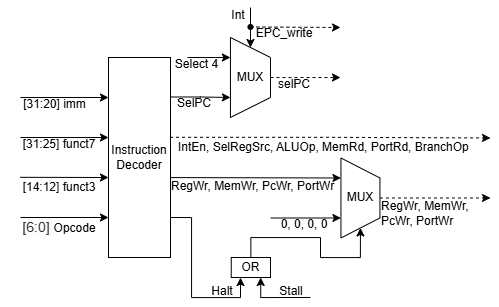
The draw.io diagram ControlUnit.drawio.png in sircuspelle/cached-harvard-risc-assembler, before a commit. Source tidied: cells renumbered, new cells last; positions are measured from the earlier drawing's top-left corner, leaving out a move shared by most shapes.
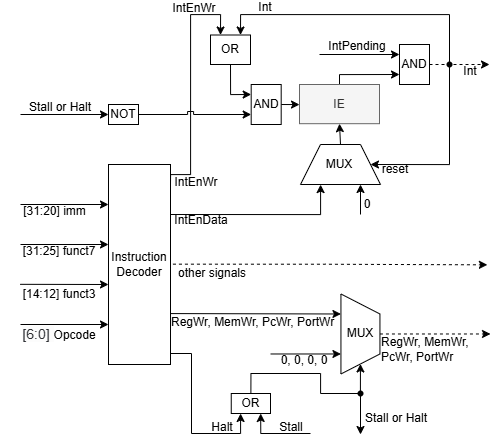
Later version of the same file.

What changed in the source:
```diff
@@ -2,25 +2,26 @@
   <root>
     <mxCell id="0" />
     <mxCell id="1" parent="0" />
-    <mxCell id="2" style="edgeStyle=orthogonalEdgeStyle;rounded=0;jettySize=auto;html=1;exitX=0.993;exitY=0.399;exitDx=0;exitDy=0;dashed=1;exitPerimeter=0;" parent="1" edge="1" source="3">
+    <mxCell id="2" style="edgeStyle=orthogonalEdgeStyle;rounded=0;orthogonalLoop=1;jettySize=auto;html=1;exitX=0.993;exitY=0.399;exitDx=0;exitDy=0;dashed=1;exitPerimeter=0;" parent="1" edge="1">
       <mxGeometry relative="1" as="geometry">
-        <mxPoint x="490" y="130.5" as="targetPoint" />
+        <mxPoint x="166.4" y="120.7" as="sourcePoint" />
+        <mxPoint x="486.9" y="121.3" as="targetPoint" />
         <Array as="points">
-          <mxPoint x="328" y="130" />
+          <mxPoint x="324.9" y="120.9" />
         </Array>
       </mxGeometry>
     </mxCell>
     <mxCell id="3" value="Instruction Decoder" style="rounded=0;whiteSpace=wrap;html=1;" parent="1" vertex="1">
-      <mxGeometry x="108" y="50" width="62" height="200" as="geometry" />
+      <mxGeometry x="108" y="21" width="62" height="200" as="geometry" />
     </mxCell>
     <mxCell id="4" value="[31:25] funct7" style="text;html=1;whiteSpace=wrap;strokeColor=none;fillColor=none;align=center;verticalAlign=middle;rounded=0;" parent="1" vertex="1">
-      <mxGeometry x="10" y="131" width="98" height="12" as="geometry" />
+      <mxGeometry x="10" y="102" width="98" height="12" as="geometry" />
     </mxCell>
     <mxCell id="5" value="&lt;span style=&quot;color: rgb(43, 45, 49); font-size: 14px; text-align: start; background-color: rgb(252, 252, 252);&quot;&gt;&lt;font face=&quot;Helvetica&quot;&gt;[6:0]&amp;nbsp;&lt;/font&gt;&lt;/span&gt;Opcode" style="text;html=1;whiteSpace=wrap;strokeColor=none;fillColor=none;align=center;verticalAlign=middle;rounded=0;" parent="1" vertex="1">
-      <mxGeometry x="29" y="209" width="60" height="21" as="geometry" />
+      <mxGeometry x="29" y="180" width="60" height="21" as="geometry" />
     </mxCell>
     <mxCell id="6" value="[14:12] funct3" style="text;html=1;whiteSpace=wrap;strokeColor=none;fillColor=none;align=center;verticalAlign=middle;rounded=0;" parent="1" vertex="1">
-      <mxGeometry x="10" y="170" width="98" height="20" as="geometry" />
+      <mxGeometry x="10" y="141" width="98" height="20" as="geometry" />
     </mxCell>
     <mxCell id="7" style="edgeStyle=none;jettySize=auto;html=1;rounded=0;exitX=1.034;exitY=0.698;exitDx=0;exitDy=0;exitPerimeter=0;entryX=0.25;entryY=1;entryDx=0;entryDy=0;" parent="1" edge="1" target="11">
       <mxGeometry relative="1" as="geometry">
@@ -49,68 +50,6 @@
     <mxCell id="13" value="Stall" style="text;html=1;whiteSpace=wrap;strokeColor=none;fillColor=none;align=center;verticalAlign=middle;rounded=0;" parent="1" vertex="1">
       <mxGeometry x="275.7" y="279.5" width="29.5" height="9" as="geometry" />
     </mxCell>
-    <mxCell id="14" value="IntEn, SelRegSrc, ALUOp,&amp;nbsp;&lt;span style=&quot;background-color: transparent; color: light-dark(rgb(0, 0, 0), rgb(255, 255, 255));&quot;&gt;MemRd, PortRd, BranchOp&lt;/span&gt;" style="text;html=1;whiteSpace=wrap;strokeColor=none;fillColor=none;align=left;verticalAlign=middle;rounded=0;" parent="1" vertex="1">
-      <mxGeometry x="176" y="131.5" width="320" height="17" as="geometry" />
-    </mxCell>
-    <mxCell id="15" style="edgeStyle=orthogonalEdgeStyle;rounded=0;jettySize=auto;html=1;entryX=0.75;entryY=1;entryDx=0;entryDy=0;" parent="1" edge="1" target="17">
-      <mxGeometry relative="1" as="geometry">
-        <mxPoint x="170" y="89.5" as="sourcePoint" />
-        <Array as="points">
-          <mxPoint x="200" y="90" />
-        </Array>
-      </mxGeometry>
-    </mxCell>
-    <mxCell id="16" style="edgeStyle=orthogonalEdgeStyle;rounded=0;jettySize=auto;html=1;exitX=0.5;exitY=0;exitDx=0;exitDy=0;dashed=1;" parent="1" edge="1" source="17">
-      <mxGeometry relative="1" as="geometry">
-        <mxPoint x="340" y="70" as="targetPoint" />
-        <Array as="points">
-          <mxPoint x="290" y="70" />
-          <mxPoint x="290" y="70" />
-        </Array>
-      </mxGeometry>
-    </mxCell>
-    <mxCell id="17" style="shape=trapezoid;perimeter=trapezoidPerimeter;whiteSpace=wrap;html=1;fixedSize=1;direction=south;" parent="1" vertex="1">
-      <mxGeometry x="229.9" y="30" width="40.1" height="80" as="geometry" />
-    </mxCell>
-    <mxCell id="18" value="SelPC" style="text;html=1;whiteSpace=wrap;strokeColor=none;fillColor=none;align=center;verticalAlign=middle;rounded=0;" parent="1" vertex="1">
-      <mxGeometry x="164.5" y="91.5" width="60" height="9" as="geometry" />
-    </mxCell>
-    <mxCell id="19" style="edgeStyle=none;jettySize=auto;html=1;rounded=0;entryX=0.25;entryY=1;entryDx=0;entryDy=0;" parent="1" edge="1" target="17">
-      <mxGeometry relative="1" as="geometry">
-        <mxPoint x="187" y="50" as="sourcePoint" />
-      </mxGeometry>
-    </mxCell>
-    <mxCell id="20" value="Select 4" style="text;html=1;whiteSpace=wrap;strokeColor=none;fillColor=none;align=center;verticalAlign=middle;rounded=0;" parent="1" vertex="1">
-      <mxGeometry x="168.9" y="51.5" width="55" height="11" as="geometry" />
-    </mxCell>
-    <mxCell id="21" value="selPC" style="text;html=1;whiteSpace=wrap;strokeColor=none;fillColor=none;align=center;verticalAlign=middle;rounded=0;" parent="1" vertex="1">
-      <mxGeometry x="273.9" y="72" width="40" height="11" as="geometry" />
-    </mxCell>
-    <mxCell id="22" style="edgeStyle=none;jettySize=auto;html=1;rounded=0;entryX=0;entryY=0.5;entryDx=0;entryDy=0;" parent="1" edge="1" target="17">
-      <mxGeometry relative="1" as="geometry">
-        <mxPoint x="250" as="sourcePoint" />
-      </mxGeometry>
-    </mxCell>
-    <mxCell id="23" value="Int" style="text;html=1;whiteSpace=wrap;strokeColor=none;fillColor=none;align=center;verticalAlign=middle;rounded=0;" parent="1" vertex="1">
-      <mxGeometry x="225.9" y="0.5" width="24" height="15" as="geometry" />
-    </mxCell>
-    <mxCell id="24" style="edgeStyle=none;jettySize=auto;html=1;rounded=0;dashed=1;exitX=0.5;exitY=0.5;exitDx=0;exitDy=0;exitPerimeter=0;" parent="1" edge="1" source="27">
-      <mxGeometry relative="1" as="geometry">
-        <mxPoint x="340" y="20" as="targetPoint" />
-      </mxGeometry>
-    </mxCell>
-    <mxCell id="25" style="edgeStyle=none;orthogonalLoop=1;jettySize=auto;html=1;rounded=0;" parent="1" edge="1">
-      <mxGeometry relative="1" as="geometry">
-        <mxPoint x="266.9" y="15.5" as="sourcePoint" />
-        <mxPoint x="266.9" y="15.5" as="targetPoint" />
-      </mxGeometry>
-    </mxCell>
-    <mxCell id="26" value="EPC_write" style="text;html=1;whiteSpace=wrap;strokeColor=none;fillColor=none;align=center;verticalAlign=middle;rounded=0;" parent="1" vertex="1">
-      <mxGeometry x="253.9" y="20.5" width="60" height="12" as="geometry" />
-    </mxCell>
-    <mxCell id="27" style="shape=waypoint;sketch=0;size=6;points=[];fillColor=none;perimeter=centerPerimeter;snapToPoint=1;" parent="1" vertex="1">
-      <mxGeometry x="239.9" y="9.5" width="20" height="20" as="geometry" />
-    </mxCell>
     <mxCell id="28" style="edgeStyle=orthogonalEdgeStyle;rounded=0;jettySize=auto;html=1;exitX=0.5;exitY=0;exitDx=0;exitDy=0;entryX=1;entryY=0.5;entryDx=0;entryDy=0;" parent="1" edge="1" source="29" target="11">
       <mxGeometry relative="1" as="geometry">
         <Array as="points">
@@ -140,19 +79,19 @@
     </mxCell>
     <mxCell id="32" style="edgeStyle=none;orthogonalLoop=1;jettySize=auto;html=1;rounded=0;entryX=0;entryY=0.25;entryDx=0;entryDy=0;" parent="1" edge="1">
       <mxGeometry relative="1" as="geometry">
-        <mxPoint x="20" y="130" as="sourcePoint" />
-        <mxPoint x="108" y="130" as="targetPoint" />
+        <mxPoint x="20" y="101" as="sourcePoint" />
+        <mxPoint x="108" y="101" as="targetPoint" />
       </mxGeometry>
     </mxCell>
     <mxCell id="33" style="edgeStyle=none;jettySize=auto;html=1;rounded=0;entryX=0;entryY=0.5;entryDx=0;entryDy=0;exitX=0.099;exitY=-0.009;exitDx=0;exitDy=0;exitPerimeter=0;" parent="1" edge="1" source="6">
       <mxGeometry relative="1" as="geometry">
-        <mxPoint x="108" y="170" as="targetPoint" />
+        <mxPoint x="108" y="141" as="targetPoint" />
       </mxGeometry>
     </mxCell>
     <mxCell id="34" style="edgeStyle=none;orthogonalLoop=1;jettySize=auto;html=1;rounded=0;entryX=0;entryY=0.75;entryDx=0;entryDy=0;" parent="1" edge="1">
       <mxGeometry relative="1" as="geometry">
-        <mxPoint x="20" y="210" as="sourcePoint" />
-        <mxPoint x="108" y="210" as="targetPoint" />
+        <mxPoint x="20" y="181" as="sourcePoint" />
+        <mxPoint x="108" y="181" as="targetPoint" />
       </mxGeometry>
     </mxCell>
     <mxCell id="35" style="edgeStyle=none;jettySize=auto;html=1;rounded=0;entryX=0.75;entryY=1;entryDx=0;entryDy=0;" parent="1" edge="1" target="11">
@@ -165,18 +104,162 @@
     </mxCell>
     <mxCell id="37" style="edgeStyle=none;orthogonalLoop=1;jettySize=auto;html=1;rounded=0;" parent="1" edge="1">
       <mxGeometry relative="1" as="geometry">
-        <mxPoint x="20" y="90" as="sourcePoint" />
-        <mxPoint x="108" y="90" as="targetPoint" />
+        <mxPoint x="20" y="61" as="sourcePoint" />
+        <mxPoint x="108" y="61" as="targetPoint" />
       </mxGeometry>
     </mxCell>
     <mxCell id="38" value="[31:20] imm" style="text;html=1;whiteSpace=wrap;strokeColor=none;fillColor=none;align=center;verticalAlign=middle;rounded=0;" parent="1" vertex="1">
-      <mxGeometry y="91" width="109" height="12" as="geometry" />
+      <mxGeometry y="62" width="109" height="12" as="geometry" />
     </mxCell>
     <mxCell id="39" value="MUX" style="text;html=1;whiteSpace=wrap;strokeColor=none;fillColor=none;align=center;verticalAlign=middle;rounded=0;" parent="1" vertex="1">
       <mxGeometry x="329.9" y="175.5" width="60" height="30" as="geometry" />
     </mxCell>
+    <mxCell id="41" style="edgeStyle=orthogonalEdgeStyle;rounded=0;jettySize=auto;html=1;exitX=0;exitY=0.5;exitDx=0;exitDy=0;entryX=0;entryY=0.75;entryDx=0;entryDy=0;" parent="1" edge="1" source="42" target="48">
+      <mxGeometry relative="1" as="geometry">
+        <Array as="points">
+          <mxPoint x="339" y="-69" />
+        </Array>
+      </mxGeometry>
+    </mxCell>
+    <mxCell id="42" value="IE" style="rounded=0;whiteSpace=wrap;html=1;direction=south;fillColor=#f5f5f5;fontColor=#333333;strokeColor=#666666;" parent="1" vertex="1">
+      <mxGeometry x="299" y="-59" width="80" height="39.2" as="geometry" />
+    </mxCell>
+    <mxCell id="43" value="IntEnWr" style="text;html=1;whiteSpace=wrap;strokeColor=none;fillColor=none;align=center;verticalAlign=middle;rounded=0;" parent="1" vertex="1">
+      <mxGeometry x="166.4" y="33" width="60" height="11" as="geometry" />
+    </mxCell>
+    <mxCell id="44" value="IntEnData" style="text;html=1;whiteSpace=wrap;strokeColor=none;fillColor=none;align=center;verticalAlign=middle;rounded=0;" parent="1" vertex="1">
+      <mxGeometry x="183.4" y="71" width="36" height="12.8" as="geometry" />
+    </mxCell>
+    <mxCell id="45" style="edgeStyle=orthogonalEdgeStyle;jettySize=auto;html=1;rounded=0;entryX=0.25;entryY=1;entryDx=0;entryDy=0;" parent="1" edge="1" target="56">
+      <mxGeometry relative="1" as="geometry">
+        <mxPoint x="170" y="71" as="sourcePoint" />
+        <Array as="points">
+          <mxPoint x="170" y="71" />
+          <mxPoint x="320" y="71" />
+          <mxPoint x="320" y="41" />
+        </Array>
+      </mxGeometry>
+    </mxCell>
+    <mxCell id="46" style="edgeStyle=orthogonalEdgeStyle;jettySize=auto;html=1;rounded=0;exitX=1;exitY=0.098;exitDx=0;exitDy=0;exitPerimeter=0;entryX=0.25;entryY=0;entryDx=0;entryDy=0;jumpStyle=sharp;" parent="1" edge="1" target="65">
+      <mxGeometry relative="1" as="geometry">
+        <mxPoint x="170" y="40.6" as="sourcePoint" />
+        <Array as="points">
+          <mxPoint x="170" y="31" />
+          <mxPoint x="190" y="31" />
+          <mxPoint x="190" y="-129" />
+          <mxPoint x="220" y="-129" />
+        </Array>
+      </mxGeometry>
+    </mxCell>
+    <mxCell id="47" style="edgeStyle=orthogonalEdgeStyle;rounded=0;jettySize=auto;html=1;exitX=1;exitY=0.5;exitDx=0;exitDy=0;dashed=1;" parent="1" edge="1" source="48">
+      <mxGeometry relative="1" as="geometry">
+        <mxPoint x="489" y="-79" as="targetPoint" />
+      </mxGeometry>
+    </mxCell>
+    <mxCell id="48" value="AND" style="whiteSpace=wrap;html=1;" parent="1" vertex="1">
+      <mxGeometry x="399" y="-99" width="30" height="40" as="geometry" />
+    </mxCell>
+    <mxCell id="49" style="edgeStyle=none;jettySize=auto;html=1;rounded=0;entryX=0;entryY=0.25;entryDx=0;entryDy=0;" parent="1" edge="1" target="48">
+      <mxGeometry relative="1" as="geometry">
+        <mxPoint x="319" y="-89" as="sourcePoint" />
+      </mxGeometry>
+    </mxCell>
+    <mxCell id="50" value="IntPending" style="text;html=1;whiteSpace=wrap;strokeColor=none;fillColor=none;align=center;verticalAlign=middle;rounded=0;" parent="1" vertex="1">
+      <mxGeometry x="327" y="-105" width="60" height="15" as="geometry" />
+    </mxCell>
+    <mxCell id="51" value="Int" style="text;html=1;whiteSpace=wrap;strokeColor=none;fillColor=none;align=center;verticalAlign=middle;rounded=0;" parent="1" vertex="1">
+      <mxGeometry x="460" y="-83" width="20" height="21" as="geometry" />
+    </mxCell>
+    <mxCell id="52" style="edgeStyle=orthogonalEdgeStyle;jettySize=auto;html=1;rounded=0;entryX=1;entryY=0.5;entryDx=0;entryDy=0;" parent="1" edge="1" source="54" target="56">
+      <mxGeometry relative="1" as="geometry">
+        <Array as="points">
+          <mxPoint x="449" y="21" />
+        </Array>
+      </mxGeometry>
+    </mxCell>
+    <mxCell id="53" style="edgeStyle=orthogonalEdgeStyle;rounded=0;jettySize=auto;html=1;entryX=0.75;entryY=0;entryDx=0;entryDy=0;" parent="1" edge="1" source="54" target="65">
+      <mxGeometry relative="1" as="geometry">
+        <Array as="points">
+          <mxPoint x="449" y="-129" />
+          <mxPoint x="240" y="-129" />
+        </Array>
+      </mxGeometry>
+    </mxCell>
+    <mxCell id="54" style="shape=waypoint;sketch=0;size=6;points=[];fillColor=none;perimeter=centerPerimeter;snapToPoint=1;" parent="1" vertex="1">
+      <mxGeometry x="439" y="-89" width="20" height="20" as="geometry" />
+    </mxCell>
+    <mxCell id="55" style="edgeStyle=orthogonalEdgeStyle;rounded=0;jettySize=auto;html=1;exitX=0.5;exitY=0;exitDx=0;exitDy=0;entryX=1;entryY=0.5;entryDx=0;entryDy=0;" parent="1" edge="1" source="56" target="42">
+      <mxGeometry relative="1" as="geometry" />
+    </mxCell>
+    <mxCell id="56" style="shape=trapezoid;perimeter=trapezoidPerimeter;whiteSpace=wrap;html=1;fixedSize=1;rotation=0;" parent="1" vertex="1">
+      <mxGeometry x="300" y="1" width="80" height="40" as="geometry" />
+    </mxCell>
+    <mxCell id="57" style="edgeStyle=none;jettySize=auto;html=1;rounded=0;entryX=0.75;entryY=1;entryDx=0;entryDy=0;" parent="1" edge="1" target="56">
+      <mxGeometry relative="1" as="geometry">
+        <mxPoint x="360" y="71" as="sourcePoint" />
+      </mxGeometry>
+    </mxCell>
+    <mxCell id="58" value="0" style="text;html=1;whiteSpace=wrap;strokeColor=none;fillColor=none;align=center;verticalAlign=middle;rounded=0;" parent="1" vertex="1">
+      <mxGeometry x="362" y="51" width="10" height="20" as="geometry" />
+    </mxCell>
     <mxCell id="40" value="MUX" style="text;html=1;whiteSpace=wrap;strokeColor=none;fillColor=none;align=center;verticalAlign=middle;rounded=0;" parent="1" vertex="1">
-      <mxGeometry x="219.9" y="55" width="60" height="30" as="geometry" />
+      <mxGeometry x="309" y="6" width="60" height="30" as="geometry" />
     </mxCell>
+    <mxCell id="59" value="reset" style="text;html=1;whiteSpace=wrap;strokeColor=none;fillColor=none;align=center;verticalAlign=middle;rounded=0;" parent="1" vertex="1">
+      <mxGeometry x="364.9" y="11" width="60" height="30" as="geometry" />
+    </mxCell>
+    <mxCell id="60" style="edgeStyle=none;orthogonalLoop=1;jettySize=auto;html=1;rounded=0;" parent="1" edge="1">
+      <mxGeometry relative="1" as="geometry">
+        <mxPoint x="360" y="251" as="sourcePoint" />
+        <mxPoint x="360" y="291" as="targetPoint" />
+      </mxGeometry>
+    </mxCell>
+    <mxCell id="61" style="shape=waypoint;sketch=0;size=6;fillColor=none;perimeter=centerPerimeter;" parent="1" vertex="1">
+      <mxGeometry x="350" y="240" width="20" height="20" as="geometry" />
+    </mxCell>
+    <mxCell id="62" style="edgeStyle=orthogonalEdgeStyle;jettySize=auto;html=1;rounded=0;entryX=0;entryY=0.75;entryDx=0;entryDy=0;exitX=1;exitY=0.5;exitDx=0;exitDy=0;jumpStyle=sharp;" parent="1" edge="1" target="67">
+      <mxGeometry relative="1" as="geometry">
+        <mxPoint x="138" y="-29" as="sourcePoint" />
+      </mxGeometry>
+    </mxCell>
+    <mxCell id="63" value="NOT" style="whiteSpace=wrap;html=1;" parent="1" vertex="1">
+      <mxGeometry x="108" y="-39" width="30" height="20" as="geometry" />
+    </mxCell>
+    <mxCell id="64" style="edgeStyle=orthogonalEdgeStyle;rounded=0;jettySize=auto;html=1;exitX=0.5;exitY=1;exitDx=0;exitDy=0;entryX=0;entryY=0.25;entryDx=0;entryDy=0;" parent="1" edge="1" source="65" target="67">
+      <mxGeometry relative="1" as="geometry">
+        <Array as="points">
+          <mxPoint x="230" y="-49" />
+        </Array>
+      </mxGeometry>
+    </mxCell>
+    <mxCell id="65" value="OR" style="whiteSpace=wrap;html=1;" parent="1" vertex="1">
+      <mxGeometry x="210" y="-108.5" width="40" height="29.5" as="geometry" />
+    </mxCell>
+    <mxCell id="66" style="edgeStyle=orthogonalEdgeStyle;rounded=0;jettySize=auto;html=1;exitX=1;exitY=0.5;exitDx=0;exitDy=0;entryX=0.5;entryY=1;entryDx=0;entryDy=0;" parent="1" edge="1" source="67" target="42">
+      <mxGeometry relative="1" as="geometry" />
+    </mxCell>
+    <mxCell id="67" value="AND" style="whiteSpace=wrap;html=1;" parent="1" vertex="1">
+      <mxGeometry x="250.7" y="-59" width="30" height="40" as="geometry" />
+    </mxCell>
+    <mxCell id="68" value="IntEnWr" style="text;html=1;whiteSpace=wrap;strokeColor=none;fillColor=none;align=center;verticalAlign=middle;rounded=0;" parent="1" vertex="1">
+      <mxGeometry x="164" y="-142" width="60" height="13" as="geometry" />
+    </mxCell>
+    <mxCell id="69" value="Int" style="text;html=1;whiteSpace=wrap;strokeColor=none;fillColor=none;align=center;verticalAlign=middle;rounded=0;" parent="1" vertex="1">
+      <mxGeometry x="255" y="-141" width="20" height="10" as="geometry" />
+    </mxCell>
+    <mxCell id="70" style="edgeStyle=none;jettySize=auto;html=1;rounded=0;entryX=0;entryY=0.5;entryDx=0;entryDy=0;" parent="1" edge="1" target="63">
+      <mxGeometry relative="1" as="geometry">
+        <mxPoint x="20" y="-29" as="sourcePoint" />
+      </mxGeometry>
+    </mxCell>
+    <mxCell id="71" value="Stall or Halt" style="text;html=1;whiteSpace=wrap;strokeColor=none;fillColor=none;align=center;verticalAlign=middle;rounded=0;" parent="1" vertex="1">
+      <mxGeometry x="10" y="-51" width="100" height="30" as="geometry" />
+    </mxCell>
+    <mxCell id="72" value="Stall or Halt" style="text;html=1;whiteSpace=wrap;strokeColor=none;fillColor=none;align=center;verticalAlign=middle;rounded=0;" parent="1" vertex="1">
+      <mxGeometry x="346" y="260" width="100" height="30" as="geometry" />
+    </mxCell>
+    <mxCell id="73" value="other signals" style="text;html=1;whiteSpace=wrap;strokeColor=none;fillColor=none;align=center;verticalAlign=middle;rounded=0;" parent="1" vertex="1">
+      <mxGeometry x="157" y="120" width="110" height="20" as="geometry" />
+    </mxCell>
   </root>
 </mxGraphModel>
```
